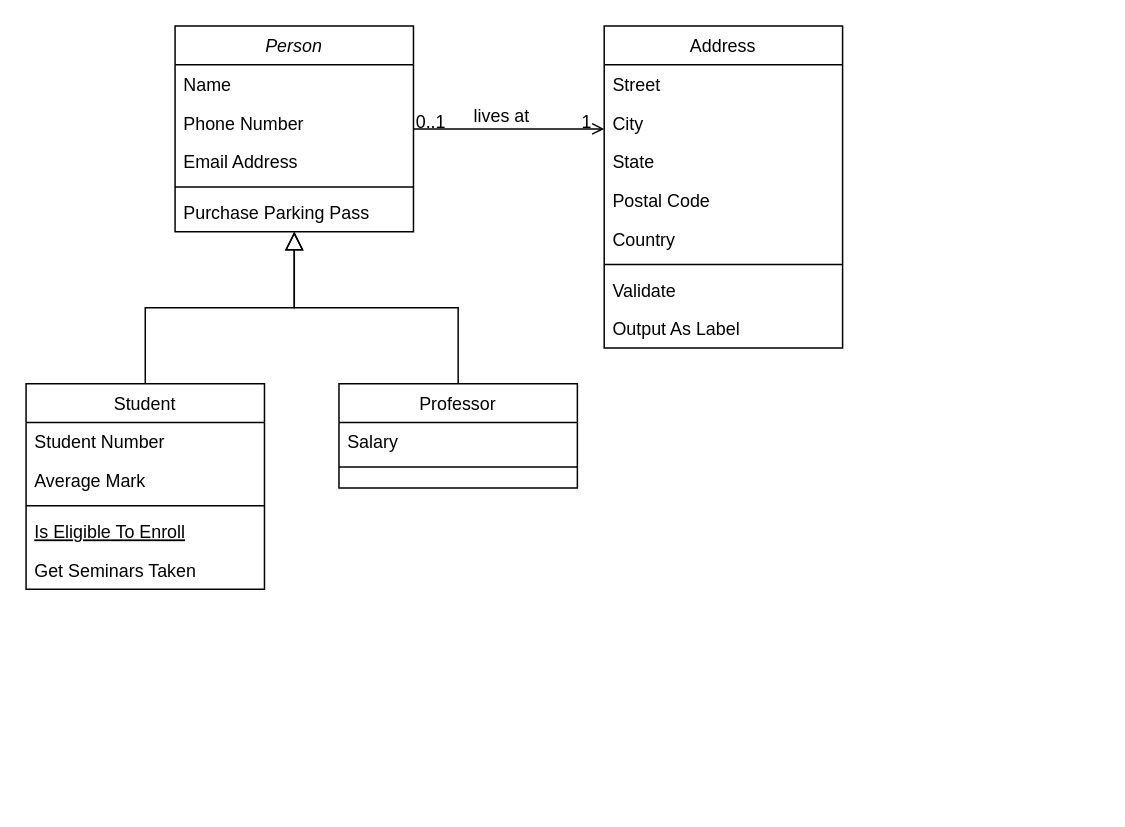
This is pucrs-backend-f1.drawio from anabiax/pucrs-backend-f1, a draw.io file, before an edit. Source tidied: cells renumbered, new cells numbered last; positions are measured from the earlier drawing's top-left corner, leaving out a move shared by most shapes. Both pictures are drawn from the tidied source at 149%, with x=0, y=0 at pixel (25, 25).
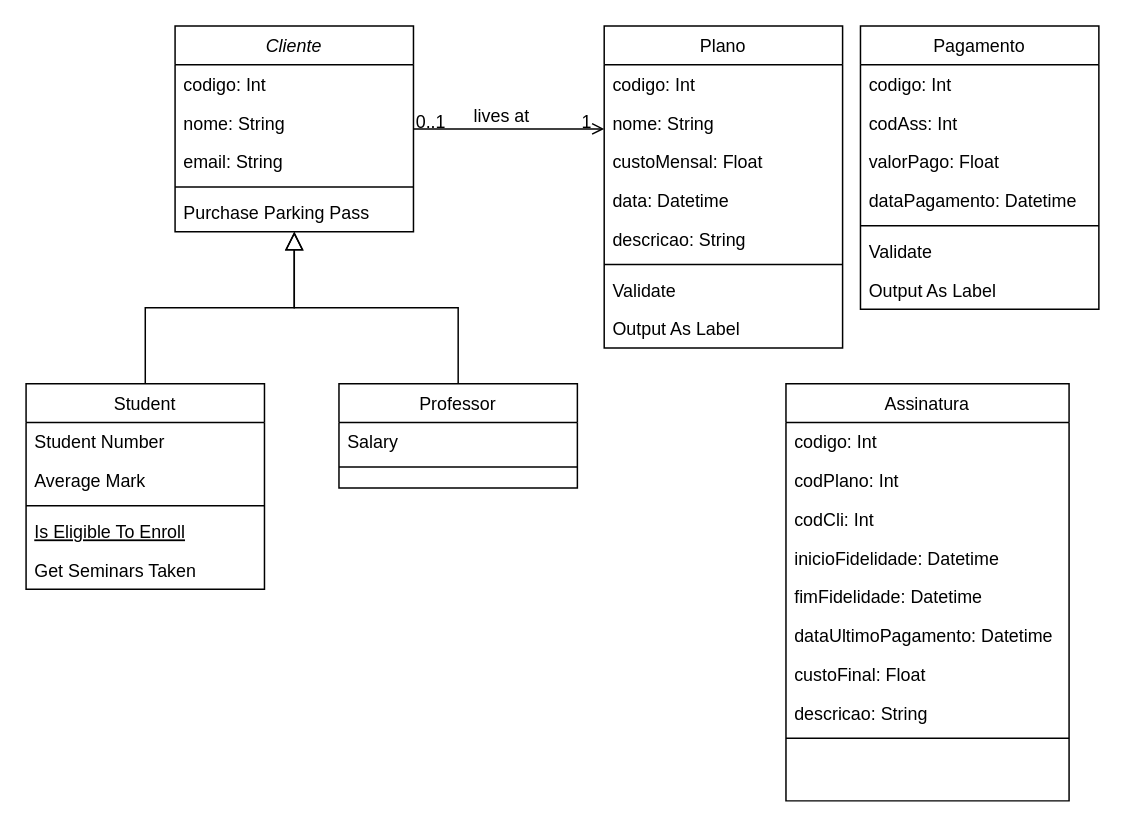
Above is the later version.

Change to the diagram source:
```diff
@@
-    <mxCell id="2" value="Person" style="swimlane;fontStyle=2;align=center;verticalAlign=top;horizontal=1;startSize=26;rounded=0;shadow=0;strokeWidth=1;" parent="1" vertex="1">
+    <mxCell id="2" value="Cliente" style="swimlane;fontStyle=2;align=center;verticalAlign=top;horizontal=1;startSize=26;rounded=0;shadow=0;strokeWidth=1;" parent="1" vertex="1">
       <mxGeometry x="100" width="160" height="138" as="geometry" />
     </mxCell>
-    <mxCell id="3" value="Name" style="text;align=left;verticalAlign=top;spacingLeft=4;spacingRight=4;overflow=hidden;" parent="2" vertex="1">
+    <mxCell id="3" value="codigo: Int" style="text;align=left;verticalAlign=top;spacingLeft=4;spacingRight=4;overflow=hidden;" parent="2" vertex="1">
       <mxGeometry y="26" width="160" height="26" as="geometry" />
     </mxCell>
-    <mxCell id="4" value="Phone Number" style="text;align=left;verticalAlign=top;spacingLeft=4;spacingRight=4;overflow=hidden;rounded=0;shadow=0;html=0;" parent="2" vertex="1">
+    <mxCell id="4" value="nome: String" style="text;align=left;verticalAlign=top;spacingLeft=4;spacingRight=4;overflow=hidden;rounded=0;shadow=0;html=0;" parent="2" vertex="1">
       <mxGeometry y="52" width="160" height="26" as="geometry" />
     </mxCell>
-    <mxCell id="5" value="Email Address" style="text;align=left;verticalAlign=top;spacingLeft=4;spacingRight=4;overflow=hidden;rounded=0;shadow=0;html=0;" parent="2" vertex="1">
+    <mxCell id="5" value="email: String" style="text;align=left;verticalAlign=top;spacingLeft=4;spacingRight=4;overflow=hidden;rounded=0;shadow=0;html=0;" parent="2" vertex="1">
       <mxGeometry y="78" width="160" height="26" as="geometry" />
     </mxCell>
@@
-    <mxCell id="19" value="Address" style="swimlane;fontStyle=0;align=center;verticalAlign=top;horizontal=1;startSize=26;rounded=0;shadow=0;strokeWidth=1;" parent="1" vertex="1">
+    <mxCell id="19" value="Plano" style="swimlane;fontStyle=0;align=center;verticalAlign=top;horizontal=1;startSize=26;rounded=0;shadow=0;strokeWidth=1;" parent="1" vertex="1">
       <mxGeometry x="388" width="160" height="216" as="geometry" />
     </mxCell>
-    <mxCell id="20" value="Street" style="text;align=left;verticalAlign=top;spacingLeft=4;spacingRight=4;overflow=hidden;" parent="19" vertex="1">
+    <mxCell id="20" value="codigo: Int" style="text;align=left;verticalAlign=top;spacingLeft=4;spacingRight=4;overflow=hidden;" parent="19" vertex="1">
       <mxGeometry y="26" width="160" height="26" as="geometry" />
     </mxCell>
-    <mxCell id="21" value="City" style="text;align=left;verticalAlign=top;spacingLeft=4;spacingRight=4;overflow=hidden;rounded=0;shadow=0;html=0;" parent="19" vertex="1">
+    <mxCell id="21" value="nome: String" style="text;align=left;verticalAlign=top;spacingLeft=4;spacingRight=4;overflow=hidden;rounded=0;shadow=0;html=0;" parent="19" vertex="1">
       <mxGeometry y="52" width="160" height="26" as="geometry" />
     </mxCell>
-    <mxCell id="22" value="State" style="text;align=left;verticalAlign=top;spacingLeft=4;spacingRight=4;overflow=hidden;rounded=0;shadow=0;html=0;" parent="19" vertex="1">
+    <mxCell id="22" value="custoMensal: Float" style="text;align=left;verticalAlign=top;spacingLeft=4;spacingRight=4;overflow=hidden;rounded=0;shadow=0;html=0;" parent="19" vertex="1">
       <mxGeometry y="78" width="160" height="26" as="geometry" />
     </mxCell>
-    <mxCell id="23" value="Postal Code" style="text;align=left;verticalAlign=top;spacingLeft=4;spacingRight=4;overflow=hidden;rounded=0;shadow=0;html=0;" parent="19" vertex="1">
+    <mxCell id="23" value="data: Datetime" style="text;align=left;verticalAlign=top;spacingLeft=4;spacingRight=4;overflow=hidden;rounded=0;shadow=0;html=0;" parent="19" vertex="1">
       <mxGeometry y="104" width="160" height="26" as="geometry" />
     </mxCell>
-    <mxCell id="24" value="Country" style="text;align=left;verticalAlign=top;spacingLeft=4;spacingRight=4;overflow=hidden;rounded=0;shadow=0;html=0;" parent="19" vertex="1">
+    <mxCell id="24" value="descricao: String" style="text;align=left;verticalAlign=top;spacingLeft=4;spacingRight=4;overflow=hidden;rounded=0;shadow=0;html=0;" parent="19" vertex="1">
       <mxGeometry y="130" width="160" height="26" as="geometry" />
     </mxCell>
@@
+    <mxCell id="32" value="Assinatura" style="swimlane;fontStyle=0;align=center;verticalAlign=top;horizontal=1;startSize=26;rounded=0;shadow=0;strokeWidth=1;" parent="1" vertex="1">
+      <mxGeometry x="510" y="240" width="190" height="280" as="geometry" />
+    </mxCell>
+    <mxCell id="33" value="codigo: Int" style="text;align=left;verticalAlign=top;spacingLeft=4;spacingRight=4;overflow=hidden;" parent="32" vertex="1">
+      <mxGeometry y="26" width="190" height="26" as="geometry" />
+    </mxCell>
+    <mxCell id="34" value="codPlano: Int" style="text;align=left;verticalAlign=top;spacingLeft=4;spacingRight=4;overflow=hidden;rounded=0;shadow=0;html=0;" parent="32" vertex="1">
+      <mxGeometry y="52" width="190" height="26" as="geometry" />
+    </mxCell>
+    <mxCell id="35" value="codCli: Int" style="text;align=left;verticalAlign=top;spacingLeft=4;spacingRight=4;overflow=hidden;rounded=0;shadow=0;html=0;" parent="32" vertex="1">
+      <mxGeometry y="78" width="190" height="26" as="geometry" />
+    </mxCell>
+    <mxCell id="36" value="inicioFidelidade: Datetime" style="text;align=left;verticalAlign=top;spacingLeft=4;spacingRight=4;overflow=hidden;rounded=0;shadow=0;html=0;" parent="32" vertex="1">
+      <mxGeometry y="104" width="190" height="26" as="geometry" />
+    </mxCell>
+    <mxCell id="37" value="fimFidelidade: Datetime" style="text;align=left;verticalAlign=top;spacingLeft=4;spacingRight=4;overflow=hidden;rounded=0;shadow=0;html=0;" parent="32" vertex="1">
+      <mxGeometry y="130" width="190" height="26" as="geometry" />
+    </mxCell>
+    <mxCell id="38" value="dataUltimoPagamento: Datetime" style="text;align=left;verticalAlign=top;spacingLeft=4;spacingRight=4;overflow=hidden;rounded=0;shadow=0;html=0;" parent="32" vertex="1">
+      <mxGeometry y="156" width="190" height="26" as="geometry" />
+    </mxCell>
+    <mxCell id="39" value="custoFinal: Float" style="text;align=left;verticalAlign=top;spacingLeft=4;spacingRight=4;overflow=hidden;rounded=0;shadow=0;html=0;" parent="32" vertex="1">
+      <mxGeometry y="182" width="190" height="26" as="geometry" />
+    </mxCell>
+    <mxCell id="40" value="descricao: String" style="text;align=left;verticalAlign=top;spacingLeft=4;spacingRight=4;overflow=hidden;rounded=0;shadow=0;html=0;" parent="32" vertex="1">
+      <mxGeometry y="208" width="190" height="26" as="geometry" />
+    </mxCell>
+    <mxCell id="41" style="line;html=1;strokeWidth=1;align=left;verticalAlign=middle;spacingTop=-1;spacingLeft=3;spacingRight=3;labelPosition=right;" parent="32" vertex="1">
+      <mxGeometry y="234" width="190" height="8" as="geometry" />
+    </mxCell>
+    <mxCell id="42" value="Pagamento" style="swimlane;fontStyle=0;align=center;verticalAlign=top;horizontal=1;startSize=26;rounded=0;shadow=0;strokeWidth=1;" parent="1" vertex="1">
+      <mxGeometry x="560" width="160" height="190" as="geometry" />
+    </mxCell>
+    <mxCell id="43" value="codigo: Int" style="text;align=left;verticalAlign=top;spacingLeft=4;spacingRight=4;overflow=hidden;" parent="42" vertex="1">
+      <mxGeometry y="26" width="160" height="26" as="geometry" />
+    </mxCell>
+    <mxCell id="44" value="codAss: Int" style="text;align=left;verticalAlign=top;spacingLeft=4;spacingRight=4;overflow=hidden;rounded=0;shadow=0;html=0;" parent="42" vertex="1">
+      <mxGeometry y="52" width="160" height="26" as="geometry" />
+    </mxCell>
+    <mxCell id="45" value="valorPago: Float" style="text;align=left;verticalAlign=top;spacingLeft=4;spacingRight=4;overflow=hidden;rounded=0;shadow=0;html=0;" parent="42" vertex="1">
+      <mxGeometry y="78" width="160" height="26" as="geometry" />
+    </mxCell>
+    <mxCell id="46" value="dataPagamento: Datetime" style="text;align=left;verticalAlign=top;spacingLeft=4;spacingRight=4;overflow=hidden;rounded=0;shadow=0;html=0;" parent="42" vertex="1">
+      <mxGeometry y="104" width="160" height="26" as="geometry" />
+    </mxCell>
+    <mxCell id="47" style="line;html=1;strokeWidth=1;align=left;verticalAlign=middle;spacingTop=-1;spacingLeft=3;spacingRight=3;labelPosition=right;" parent="42" vertex="1">
+      <mxGeometry y="130" width="160" height="8" as="geometry" />
+    </mxCell>
+    <mxCell id="48" value="Validate" style="text;align=left;verticalAlign=top;spacingLeft=4;spacingRight=4;overflow=hidden;" parent="42" vertex="1">
+      <mxGeometry y="138" width="160" height="26" as="geometry" />
+    </mxCell>
+    <mxCell id="49" value="Output As Label" style="text;align=left;verticalAlign=top;spacingLeft=4;spacingRight=4;overflow=hidden;" parent="42" vertex="1">
+      <mxGeometry y="164" width="160" height="26" as="geometry" />
+    </mxCell>
```
